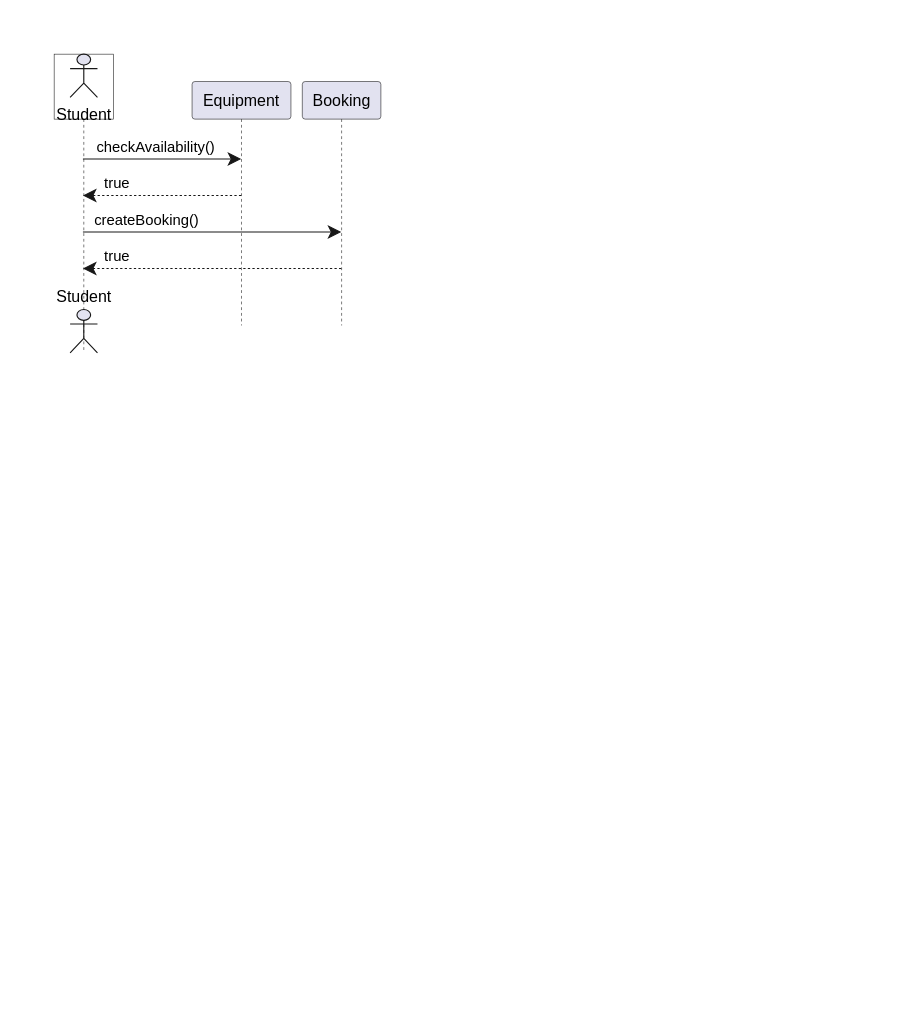
Earlier version of the draw.io diagram modell/Sequence-diagram.drawio (zemenesemere-code/Gruppe--arbeid). Source tidied: cells renumbered, new cells numbered last; positions are measured from the earlier drawing's top-left corner, leaving out a move shared by most shapes. Both pictures are drawn from the tidied source at 114%, with x=0, y=0 at pixel (19, 19).
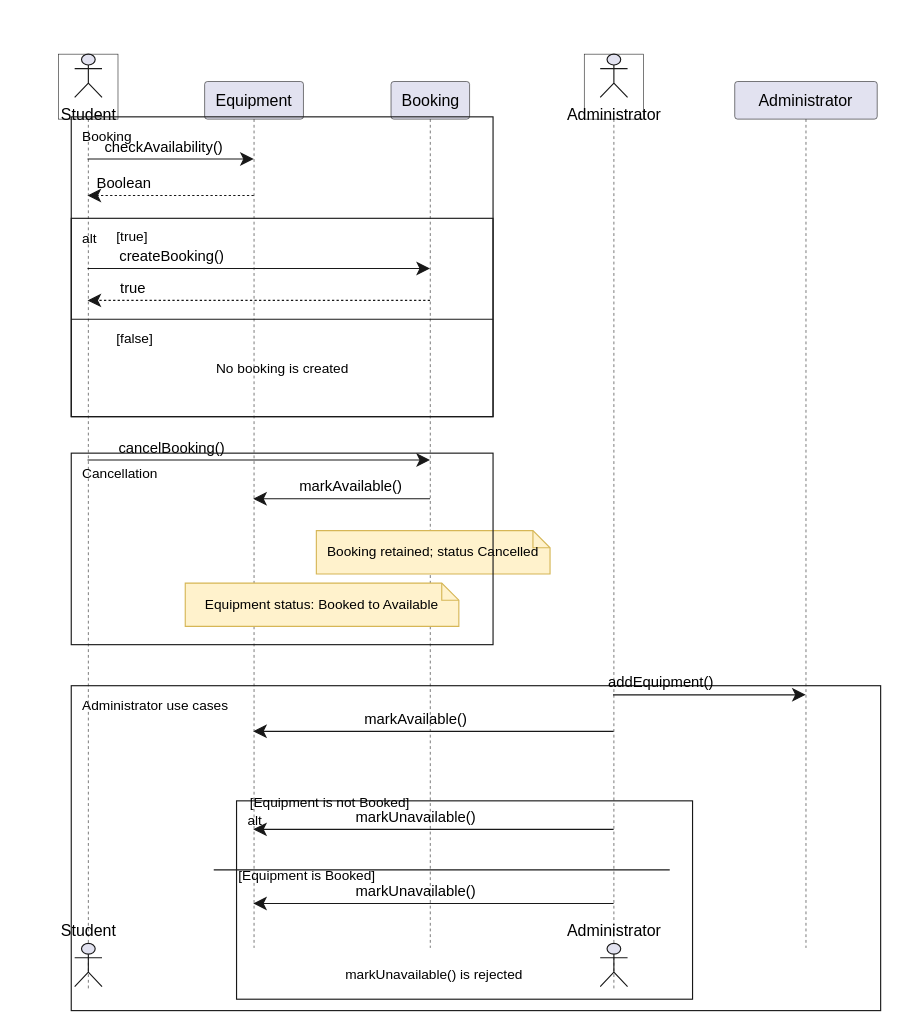
Above is the later version.

The change refers to these unchanged cells:
```xml
<mxCell id="2" style="group;transparentBounds=1;editIcon=1;lockedGroup=0;groupPadding=10;" parent="1" vertex="1">
  <mxGeometry as="geometry" />
</mxCell>
```

Change to the diagram source:
```diff
@@
+    <mxCell id="12" value="alt" style="rounded=0;whiteSpace=wrap;html=1;fillColor=none;strokeColor=#181818;align=left;verticalAlign=top;spacingLeft=8;spacingTop=4;" parent="2" vertex="1">
+      <mxGeometry x="45" y="174" width="370" height="174" as="geometry" />
+    </mxCell>
+    <mxCell id="13" value="[true]" style="text;html=1;align=left;verticalAlign=top;fontSize=12;fillColor=none;strokeColor=none;" parent="2" vertex="1">
+      <mxGeometry x="83" y="176" width="60" height="18" as="geometry" />
+    </mxCell>
+    <mxCell id="14" style="line;strokeWidth=1;strokeColor=#181818;fillColor=none;" parent="2" vertex="1">
+      <mxGeometry x="45" y="262" width="370" height="1" as="geometry" />
+    </mxCell>
+    <mxCell id="15" value="[false]" style="text;html=1;align=left;verticalAlign=top;fontSize=12;fillColor=none;strokeColor=none;" parent="2" vertex="1">
+      <mxGeometry x="83" y="266" width="60" height="18" as="geometry" />
+    </mxCell>
+    <mxCell id="16" value="No booking is created" style="text;html=1;align=center;verticalAlign=middle;fontSize=12;fillColor=none;strokeColor=none;" parent="2" vertex="1">
+      <mxGeometry x="135" y="294" width="190" height="24" as="geometry" />
+    </mxCell>
     <mxCell id="3" style="shape=umlLifeline;perimeter=lifelinePerimeter;participant=none;size=57;lifelineMirror=1;dashPattern=5 5;outlineConnect=0;portConstraint=eastwest;fillColor=none;strokeColor=#181818;strokeWidth=0.5;" parent="2" vertex="1">
-      <mxGeometry x="30" y="30" width="52" height="262" as="geometry" />
+      <mxGeometry x="34" y="30" width="52" height="820" as="geometry" />
     </mxCell>
@@
     <mxCell id="5" value="Student" style="shape=umlActor;verticalLabelPosition=top;verticalAlign=bottom;fillColor=#E2E2F0;strokeColor=#181818;fontColor=#000000;fontSize=14;html=1;" parent="3" vertex="1">
-      <mxGeometry x="14" y="224" width="24" height="38" as="geometry" />
+      <mxGeometry x="14" y="780" width="24" height="38" as="geometry" />
     </mxCell>
     <mxCell id="6" value="Equipment" style="shape=umlLifeline;perimeter=lifelinePerimeter;size=33;lifelineMirror=1;dashPattern=5 5;outlineConnect=0;portConstraint=eastwest;rounded=1;absoluteArcSize=1;arcSize=5;fillColor=#E2E2F0;strokeColor=#181818;strokeWidth=0.5;fontColor=#000000;fontSize=14;whiteSpace=wrap;html=1;" parent="2" vertex="1">
-      <mxGeometry x="151" y="54" width="86.7" height="214" as="geometry" />
+      <mxGeometry x="162" y="54" width="86.7" height="760" as="geometry" />
     </mxCell>
     <mxCell id="7" value="Booking" style="shape=umlLifeline;perimeter=lifelinePerimeter;size=33;lifelineMirror=1;dashPattern=5 5;outlineConnect=0;portConstraint=eastwest;rounded=1;absoluteArcSize=1;arcSize=5;fillColor=#E2E2F0;strokeColor=#181818;strokeWidth=0.5;fontColor=#000000;fontSize=14;whiteSpace=wrap;html=1;" parent="2" vertex="1">
-      <mxGeometry x="247.7" y="54" width="68.9" height="214" as="geometry" />
+      <mxGeometry x="325.5" y="54" width="68.9" height="760" as="geometry" />
     </mxCell>
+    <mxCell id="17" style="shape=umlLifeline;perimeter=lifelinePerimeter;participant=none;size=57;lifelineMirror=1;dashPattern=5 5;outlineConnect=0;portConstraint=eastwest;fillColor=none;strokeColor=#181818;strokeWidth=0.5;" parent="2" vertex="1">
+      <mxGeometry x="495" y="30" width="52" height="820" as="geometry" />
+    </mxCell>
+    <mxCell id="18" value="Administrator" style="shape=umlActor;verticalLabelPosition=bottom;verticalAlign=top;fillColor=#E2E2F0;strokeColor=#181818;fontColor=#000000;fontSize=14;html=1;" parent="17" vertex="1">
+      <mxGeometry x="14" width="24" height="38" as="geometry" />
+    </mxCell>
+    <mxCell id="19" value="Administrator" style="shape=umlActor;verticalLabelPosition=top;verticalAlign=bottom;fillColor=#E2E2F0;strokeColor=#181818;fontColor=#000000;fontSize=14;html=1;" parent="17" vertex="1">
+      <mxGeometry x="14" y="780" width="24" height="38" as="geometry" />
+    </mxCell>
+    <mxCell id="20" value="Administrator" style="shape=umlLifeline;perimeter=lifelinePerimeter;size=33;lifelineMirror=1;dashPattern=5 5;outlineConnect=0;portConstraint=eastwest;rounded=1;absoluteArcSize=1;arcSize=5;fillColor=#E2E2F0;strokeColor=#181818;strokeWidth=0.5;fontColor=#000000;fontSize=14;whiteSpace=wrap;html=1;" parent="2" vertex="1">
+      <mxGeometry x="627" y="54" width="125" height="760" as="geometry" />
+    </mxCell>
     <mxCell id="8" value="checkAvailability()" style="endArrow=classic;endFill=1;endSize=9;html=1;rounded=0;edgeStyle=none;curved=0;strokeColor=#181818;strokeWidth=1;fontColor=#000000;fontSize=13;verticalAlign=bottom;labelBackgroundColor=none;sourcePerimeterSpacing=0;targetPerimeterSpacing=0;" parent="2" edge="1" source="3" target="6">
       <mxGeometry x="-0.08" relative="1" as="geometry">
         <Array as="points">
-          <mxPoint x="125" y="122" />
+          <mxPoint x="132.7" y="122" />
         </Array>
       </mxGeometry>
     </mxCell>
-    <mxCell id="9" value="true" style="endArrow=classic;endFill=1;endSize=9;html=1;rounded=0;edgeStyle=none;curved=0;strokeColor=#181818;strokeWidth=1;fontColor=#000000;fontSize=13;verticalAlign=bottom;labelBackgroundColor=none;dashed=1;dashPattern=2 2;sourcePerimeterSpacing=0;targetPerimeterSpacing=0;" parent="2" edge="1" source="6" target="3">
+    <mxCell id="9" value="Boolean" style="endArrow=classic;endFill=1;endSize=9;html=1;rounded=0;edgeStyle=none;curved=0;strokeColor=#181818;strokeWidth=1;fontColor=#000000;fontSize=13;verticalAlign=bottom;labelBackgroundColor=none;dashed=1;dashPattern=2 2;sourcePerimeterSpacing=0;targetPerimeterSpacing=0;" parent="2" edge="1" source="6" target="3">
       <mxGeometry x="0.57" relative="1" as="geometry">
         <Array as="points">
-          <mxPoint x="125" y="154" />
+          <mxPoint x="132.7" y="154" />
         </Array>
       </mxGeometry>
     </mxCell>
     <mxCell id="10" value="createBooking()" style="endArrow=classic;endFill=1;endSize=9;html=1;rounded=0;edgeStyle=none;curved=0;strokeColor=#181818;strokeWidth=1;fontColor=#000000;fontSize=13;verticalAlign=bottom;labelBackgroundColor=none;sourcePerimeterSpacing=0;targetPerimeterSpacing=0;" parent="2" edge="1" source="3" target="7">
       <mxGeometry x="-0.51" relative="1" as="geometry">
         <Array as="points">
-          <mxPoint x="169" y="186" />
+          <mxPoint x="210" y="218" />
         </Array>
       </mxGeometry>
     </mxCell>
     <mxCell id="11" value="true" style="endArrow=classic;endFill=1;endSize=9;html=1;rounded=0;edgeStyle=none;curved=0;strokeColor=#181818;strokeWidth=1;fontColor=#000000;fontSize=13;verticalAlign=bottom;labelBackgroundColor=none;dashed=1;dashPattern=2 2;sourcePerimeterSpacing=0;targetPerimeterSpacing=0;" parent="2" edge="1" source="7" target="3">
       <mxGeometry x="0.74" relative="1" as="geometry">
         <Array as="points">
-          <mxPoint x="169" y="218" />
+          <mxPoint x="210" y="246" />
         </Array>
       </mxGeometry>
     </mxCell>
+    <mxCell id="21" value="cancelBooking()" style="endArrow=classic;endFill=1;endSize=9;html=1;rounded=0;edgeStyle=none;curved=0;strokeColor=#181818;strokeWidth=1;fontColor=#000000;fontSize=13;verticalAlign=bottom;labelBackgroundColor=none;sourcePerimeterSpacing=0;targetPerimeterSpacing=0;" parent="2" edge="1" source="3" target="7">
+      <mxGeometry x="-0.51" relative="1" as="geometry">
+        <Array as="points">
+          <mxPoint x="210" y="386" />
+        </Array>
+      </mxGeometry>
+    </mxCell>
+    <mxCell id="22" value="markAvailable()" style="endArrow=classic;endFill=1;endSize=9;html=1;rounded=0;edgeStyle=none;curved=0;strokeColor=#181818;strokeWidth=1;fontColor=#000000;fontSize=13;verticalAlign=bottom;labelBackgroundColor=none;sourcePerimeterSpacing=0;targetPerimeterSpacing=0;" parent="2" edge="1" source="7" target="6">
+      <mxGeometry x="-0.1" relative="1" as="geometry">
+        <Array as="points">
+          <mxPoint x="282.7" y="420" />
+        </Array>
+      </mxGeometry>
+    </mxCell>
+    <mxCell id="23" value="Booking retained; status Cancelled" style="shape=note;whiteSpace=wrap;html=1;size=15;fillColor=#FFF2CC;strokeColor=#D6B656;fontSize=12;align=center;verticalAlign=middle;" parent="2" vertex="1">
+      <mxGeometry x="260" y="448" width="205" height="38" as="geometry" />
+    </mxCell>
+    <mxCell id="24" value="Equipment status: Booked to Available" style="shape=note;whiteSpace=wrap;html=1;size=15;fillColor=#FFF2CC;strokeColor=#D6B656;fontSize=12;align=center;verticalAlign=middle;" parent="2" vertex="1">
+      <mxGeometry x="145" y="494" width="240" height="38" as="geometry" />
+    </mxCell>
+    <mxCell id="25" value="Cancellation" style="rounded=0;whiteSpace=wrap;html=1;fillColor=none;strokeColor=#181818;align=left;verticalAlign=top;spacingLeft=8;spacingTop=4;" parent="2" vertex="1">
+      <mxGeometry x="45" y="380" width="370" height="168" as="geometry" />
+    </mxCell>
+    <mxCell id="26" value="Booking" style="rounded=0;whiteSpace=wrap;html=1;fillColor=none;strokeColor=#181818;align=left;verticalAlign=top;spacingLeft=8;spacingTop=4;" parent="2" vertex="1">
+      <mxGeometry x="45" y="85" width="370" height="263" as="geometry" />
+    </mxCell>
+    <mxCell id="27" value="Administrator use cases" style="rounded=0;whiteSpace=wrap;html=1;fillColor=none;strokeColor=#181818;align=left;verticalAlign=top;spacingLeft=8;spacingTop=4;" parent="2" vertex="1">
+      <mxGeometry x="45" y="584" width="710" height="285" as="geometry" />
+    </mxCell>
+    <mxCell id="28" value="addEquipment()" style="endArrow=classic;endFill=1;endSize=9;html=1;rounded=0;edgeStyle=none;curved=0;strokeColor=#181818;strokeWidth=1;fontColor=#000000;fontSize=13;verticalAlign=bottom;labelBackgroundColor=none;sourcePerimeterSpacing=0;targetPerimeterSpacing=0;" parent="2" edge="1" source="17" target="20">
+      <mxGeometry x="-0.5" relative="1" as="geometry">
+        <Array as="points">
+          <mxPoint x="605" y="592" />
+        </Array>
+      </mxGeometry>
+    </mxCell>
+    <mxCell id="29" value="markAvailable()" style="endArrow=classic;endFill=1;endSize=9;html=1;rounded=0;edgeStyle=none;curved=0;strokeColor=#181818;strokeWidth=1;fontColor=#000000;fontSize=13;verticalAlign=bottom;labelBackgroundColor=none;sourcePerimeterSpacing=0;targetPerimeterSpacing=0;" parent="2" edge="1" source="17" target="6">
+      <mxGeometry x="0.1" relative="1" as="geometry">
+        <Array as="points">
+          <mxPoint x="363" y="624" />
+        </Array>
+      </mxGeometry>
+    </mxCell>
+    <mxCell id="30" value="alt" style="rounded=0;whiteSpace=wrap;html=1;fillColor=none;strokeColor=#181818;align=left;verticalAlign=top;spacingLeft=8;spacingTop=4;" parent="2" vertex="1">
+      <mxGeometry x="190" y="685" width="400" height="174" as="geometry" />
+    </mxCell>
+    <mxCell id="31" value="[Equipment is not Booked]" style="text;html=1;align=left;verticalAlign=top;fontSize=12;fillColor=none;strokeColor=none;" parent="2" vertex="1">
+      <mxGeometry x="200" y="673" width="200" height="18" as="geometry" />
+    </mxCell>
+    <mxCell id="32" style="line;strokeWidth=1;strokeColor=#181818;fillColor=none;" parent="2" vertex="1">
+      <mxGeometry x="170" y="745" width="400" height="1" as="geometry" />
+    </mxCell>
+    <mxCell id="33" value="[Equipment is Booked]" style="text;html=1;align=left;verticalAlign=top;fontSize=12;fillColor=none;strokeColor=none;" parent="2" vertex="1">
+      <mxGeometry x="190" y="736.5" width="180" height="18" as="geometry" />
+    </mxCell>
+    <mxCell id="34" value="markUnavailable()" style="endArrow=classic;endFill=1;endSize=9;html=1;rounded=0;edgeStyle=none;curved=0;strokeColor=#181818;strokeWidth=1;fontColor=#000000;fontSize=13;verticalAlign=bottom;labelBackgroundColor=none;sourcePerimeterSpacing=0;targetPerimeterSpacing=0;" parent="2" edge="1" source="17" target="6">
+      <mxGeometry x="0.1" relative="1" as="geometry">
+        <Array as="points">
+          <mxPoint x="363" y="710" />
+        </Array>
+      </mxGeometry>
+    </mxCell>
+    <mxCell id="35" value="markUnavailable()" style="endArrow=classic;endFill=1;endSize=9;html=1;rounded=0;edgeStyle=none;curved=0;strokeColor=#181818;strokeWidth=1;fontColor=#000000;fontSize=13;verticalAlign=bottom;labelBackgroundColor=none;sourcePerimeterSpacing=0;targetPerimeterSpacing=0;" parent="2" edge="1" source="17" target="6">
+      <mxGeometry x="0.1" relative="1" as="geometry">
+        <Array as="points">
+          <mxPoint x="363" y="775" />
+        </Array>
+      </mxGeometry>
+    </mxCell>
+    <mxCell id="36" value="markUnavailable() is rejected" style="text;html=1;align=center;verticalAlign=middle;fontSize=12;fillColor=none;strokeColor=none;" parent="2" vertex="1">
+      <mxGeometry x="257.5" y="826" width="210" height="24" as="geometry" />
+    </mxCell>
```
